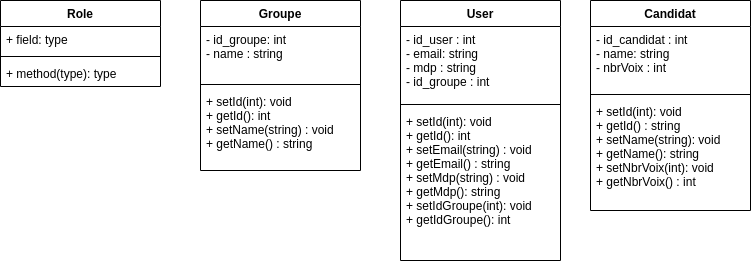
The draw.io diagram app/lib/diagrammeDeClasse.drawio.png in Mampionona33/election, before a commit. Source tidied: cells renumbered, new cells last; positions are measured from the earlier drawing's top-left corner, leaving out a move shared by most shapes.
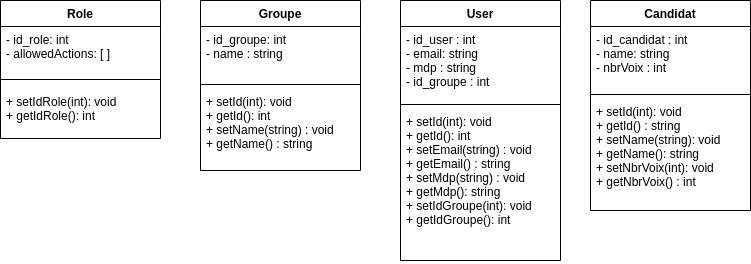
The same diagram one commit later.

Change to the diagram source:
```diff
@@ -39,16 +39,16 @@
       <mxGeometry y="88" width="160" height="82" as="geometry" />
     </mxCell>
     <mxCell id="14" value="Role" style="swimlane;fontStyle=1;align=center;verticalAlign=top;horizontal=1;startSize=26;" parent="1" vertex="1">
-      <mxGeometry width="160" height="86" as="geometry" />
+      <mxGeometry width="160" height="138" as="geometry" />
     </mxCell>
-    <mxCell id="15" value="+ field: type" style="text;strokeColor=none;fillColor=none;align=left;verticalAlign=top;spacingLeft=4;spacingRight=4;overflow=hidden;" parent="14" vertex="1">
-      <mxGeometry y="26" width="160" height="26" as="geometry" />
+    <mxCell id="15" value="- id_role: int&#10;- allowedActions: [ ]" style="text;strokeColor=none;fillColor=none;align=left;verticalAlign=top;spacingLeft=4;spacingRight=4;overflow=hidden;" parent="14" vertex="1">
+      <mxGeometry y="26" width="160" height="44" as="geometry" />
     </mxCell>
     <mxCell id="16" style="line;strokeWidth=1;fillColor=none;align=left;verticalAlign=middle;spacingTop=-1;spacingLeft=3;spacingRight=3;labelPosition=right;strokeColor=inherit;" parent="14" vertex="1">
-      <mxGeometry y="52" width="160" height="8" as="geometry" />
+      <mxGeometry y="70" width="160" height="18" as="geometry" />
     </mxCell>
-    <mxCell id="17" value="+ method(type): type" style="text;strokeColor=none;fillColor=none;align=left;verticalAlign=top;spacingLeft=4;spacingRight=4;overflow=hidden;" parent="14" vertex="1">
-      <mxGeometry y="60" width="160" height="26" as="geometry" />
+    <mxCell id="17" value="+ setIdRole(int): void&#10;+ getIdRole(): int" style="text;strokeColor=none;fillColor=none;align=left;verticalAlign=top;spacingLeft=4;spacingRight=4;overflow=hidden;" parent="14" vertex="1">
+      <mxGeometry y="88" width="160" height="50" as="geometry" />
     </mxCell>
   </root>
 </mxGraphModel>
```
